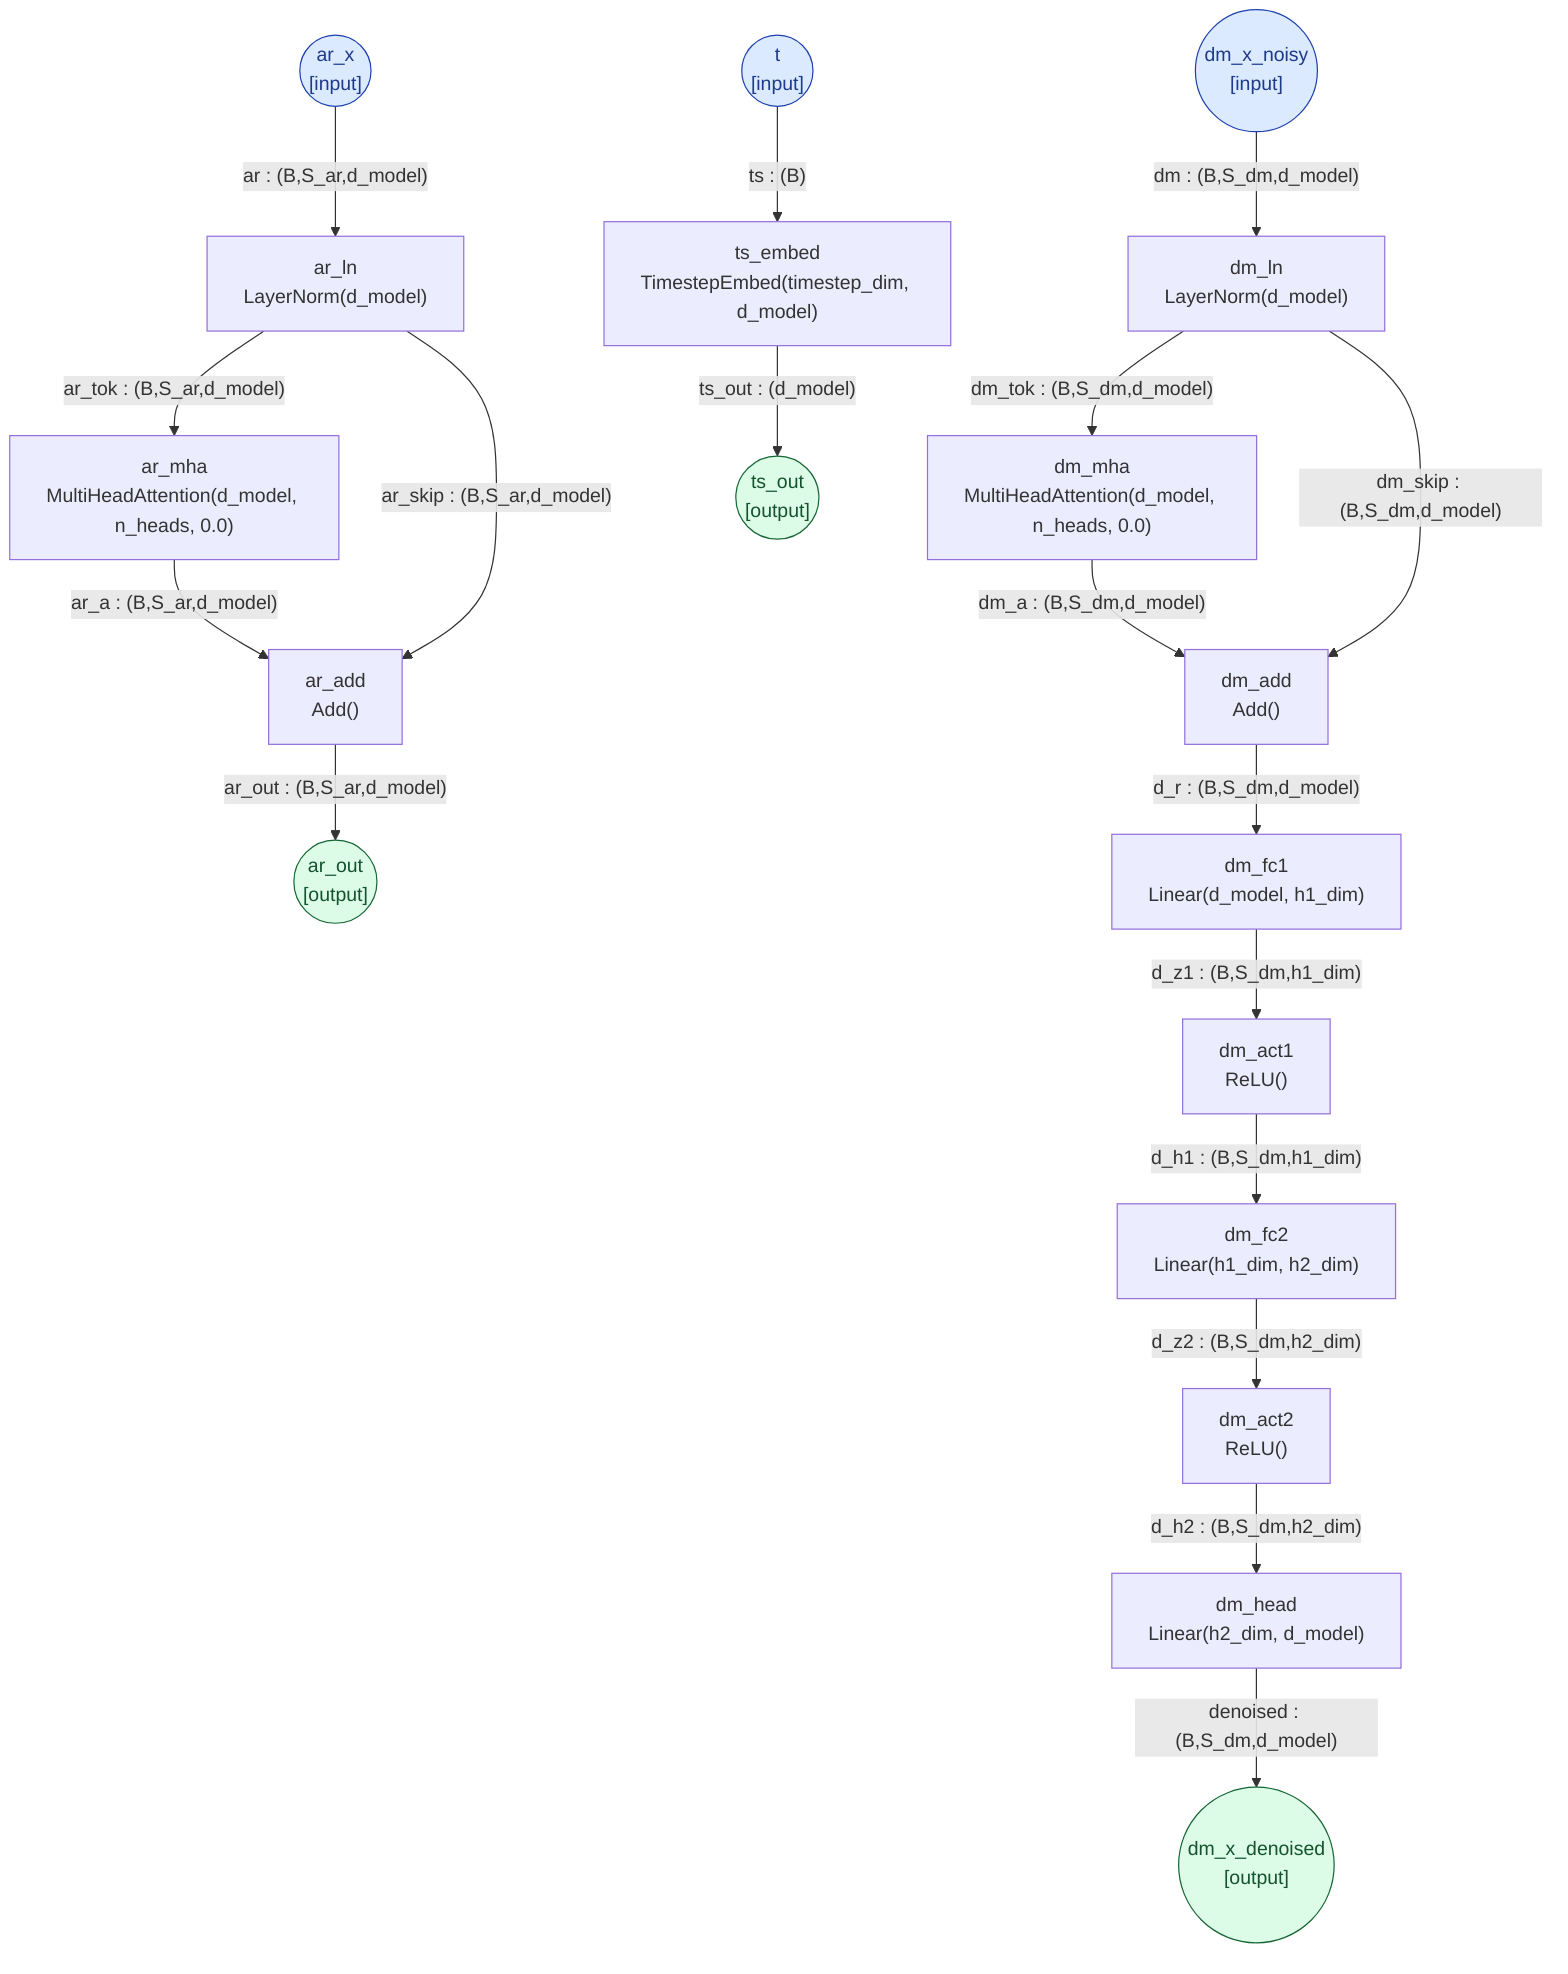
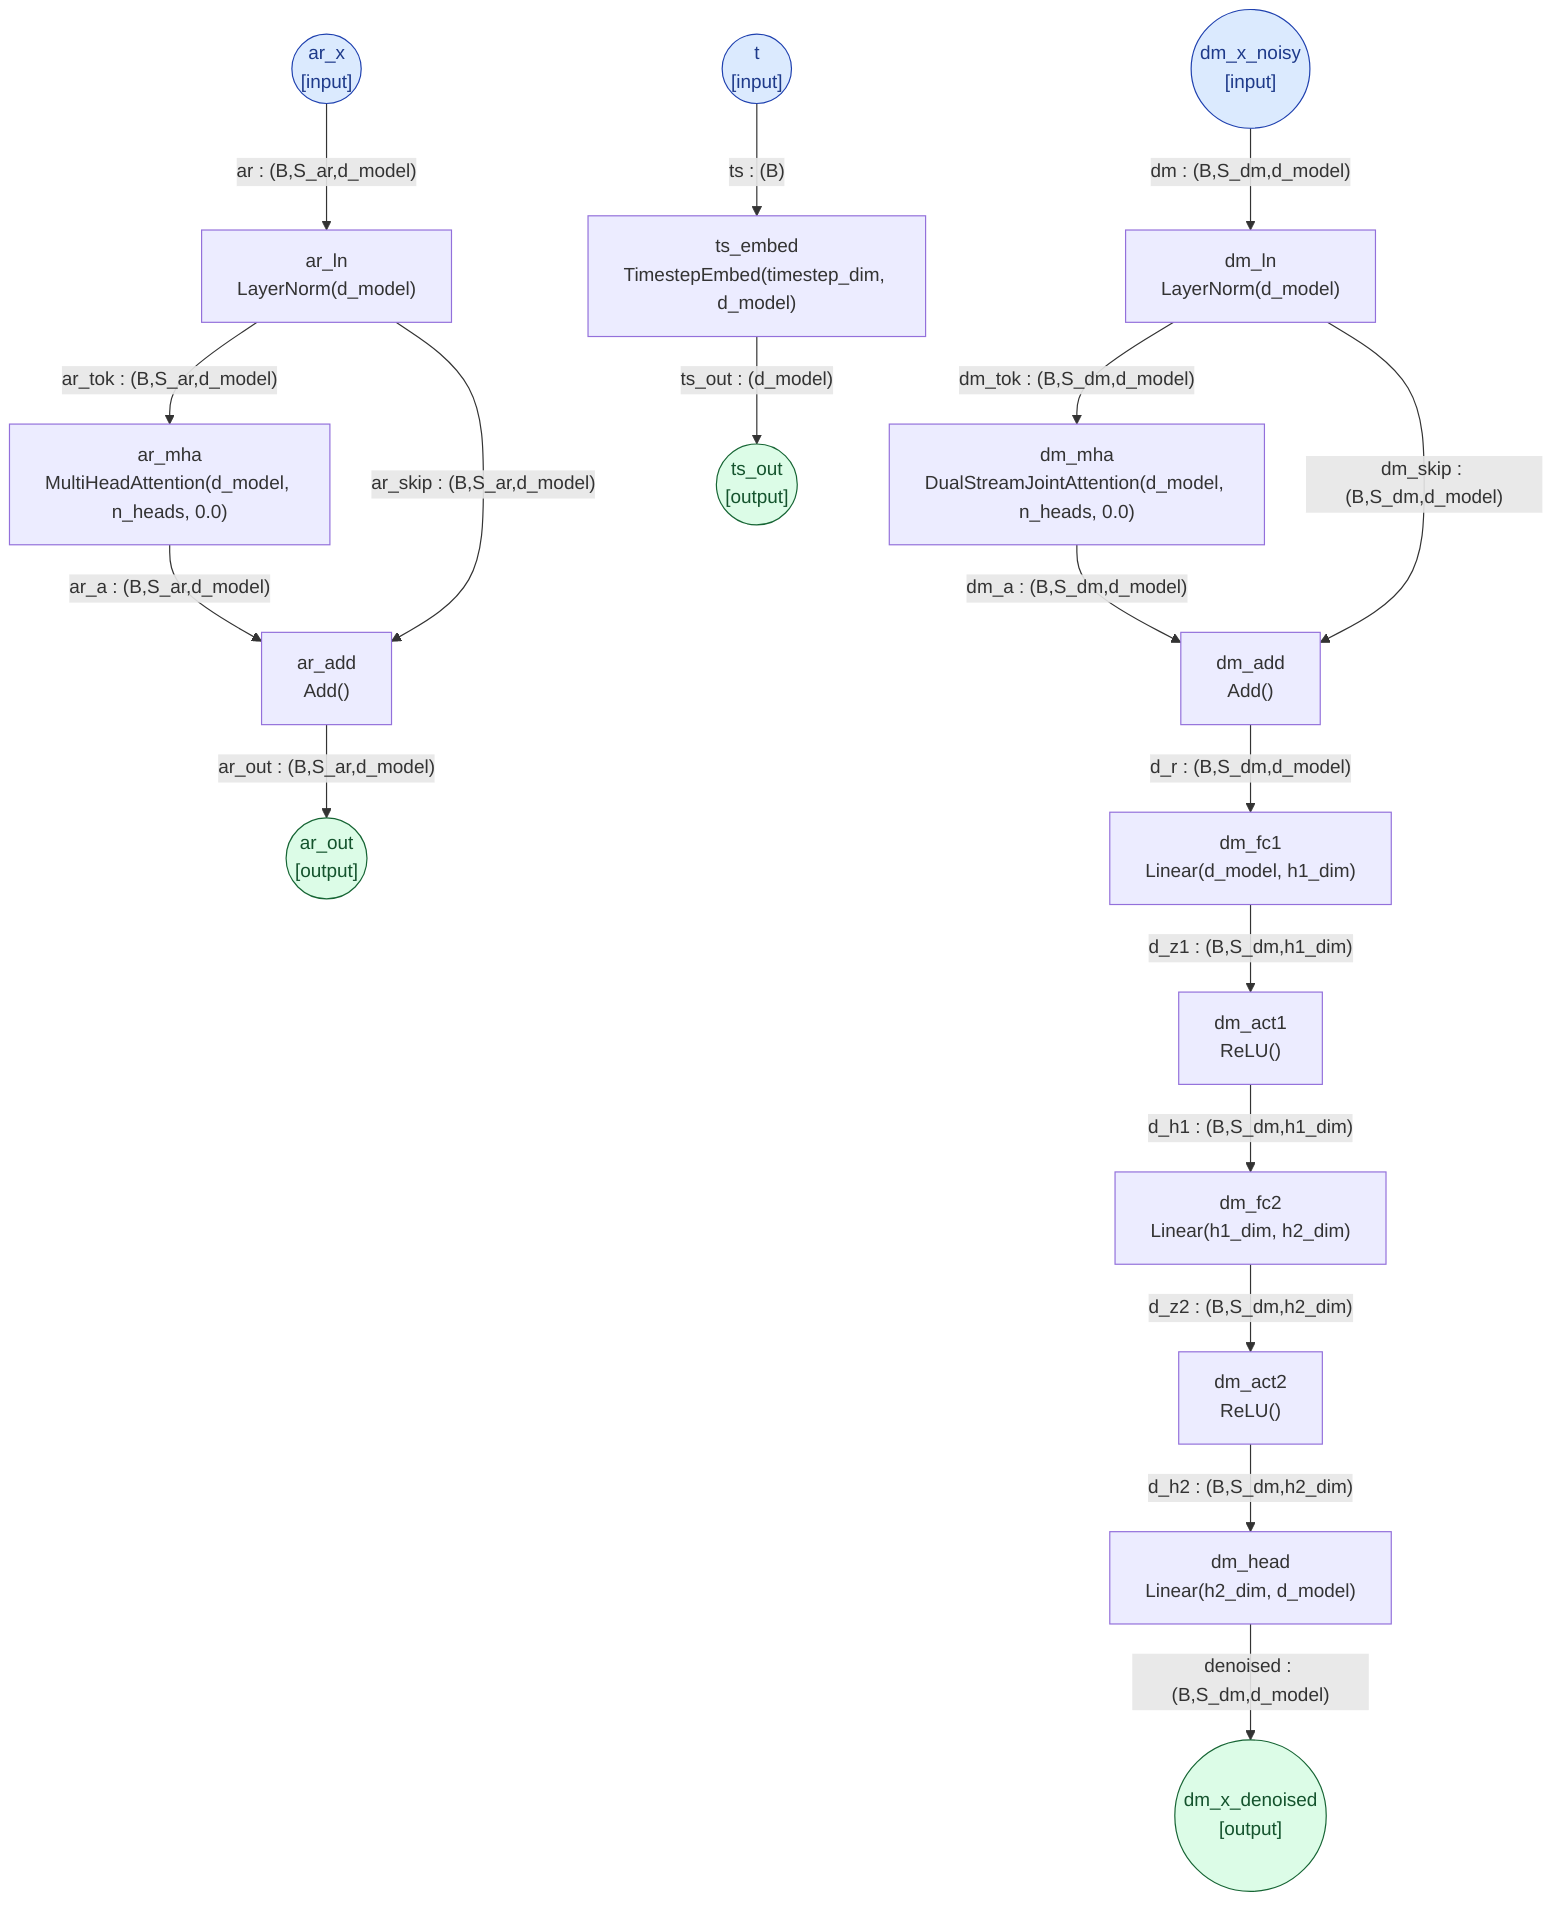
%% architecture MoTDenoiseStep
flowchart TD
    ar_x(("ar_x<br/>[input]"))
    dm_x_noisy(("dm_x_noisy<br/>[input]"))
    t(("t<br/>[input]"))
    ar_ln["ar_ln<br/>LayerNorm(d_model)"]
    ar_mha["ar_mha<br/>MultiHeadAttention(d_model, n_heads, 0.0)"]
    ar_add["ar_add<br/>Add()"]
    ar_out(("ar_out<br/>[output]"))
    ts_embed["ts_embed<br/>TimestepEmbed(timestep_dim, d_model)"]
    dm_ln["dm_ln<br/>LayerNorm(d_model)"]
-     dm_mha["dm_mha<br/>MultiHeadAttention(d_model, n_heads, 0.0)"]
+     dm_mha["dm_mha<br/>DualStreamJointAttention(d_model, n_heads, 0.0)"]
    dm_add["dm_add<br/>Add()"]
    dm_fc1["dm_fc1<br/>Linear(d_model, h1_dim)"]
    dm_act1["dm_act1<br/>ReLU()"]
    dm_fc2["dm_fc2<br/>Linear(h1_dim, h2_dim)"]
    dm_act2["dm_act2<br/>ReLU()"]
    dm_head["dm_head<br/>Linear(h2_dim, d_model)"]
    dm_x_denoised(("dm_x_denoised<br/>[output]"))
    ts_out(("ts_out<br/>[output]"))
    ar_x -- "ar : (B,S_ar,d_model)" --> ar_ln
    ar_ln -- "ar_tok : (B,S_ar,d_model)" --> ar_mha
    ar_mha -- "ar_a : (B,S_ar,d_model)" --> ar_add
    ar_ln -- "ar_skip : (B,S_ar,d_model)" --> ar_add
    ar_add -- "ar_out : (B,S_ar,d_model)" --> ar_out
    t -- "ts : (B)" --> ts_embed
    dm_x_noisy -- "dm : (B,S_dm,d_model)" --> dm_ln
    dm_ln -- "dm_tok : (B,S_dm,d_model)" --> dm_mha
    dm_mha -- "dm_a : (B,S_dm,d_model)" --> dm_add
    dm_ln -- "dm_skip : (B,S_dm,d_model)" --> dm_add
    dm_add -- "d_r : (B,S_dm,d_model)" --> dm_fc1
    dm_fc1 -- "d_z1 : (B,S_dm,h1_dim)" --> dm_act1
    dm_act1 -- "d_h1 : (B,S_dm,h1_dim)" --> dm_fc2
    dm_fc2 -- "d_z2 : (B,S_dm,h2_dim)" --> dm_act2
    dm_act2 -- "d_h2 : (B,S_dm,h2_dim)" --> dm_head
    dm_head -- "denoised : (B,S_dm,d_model)" --> dm_x_denoised
    ts_embed -- "ts_out : (d_model)" --> ts_out
    classDef input fill:#dbeafe,stroke:#1e40af,color:#1e3a8a;
    class ar_x,dm_x_noisy,t input;
    classDef output fill:#dcfce7,stroke:#166534,color:#14532d;
    class ar_out,dm_x_denoised,ts_out output;